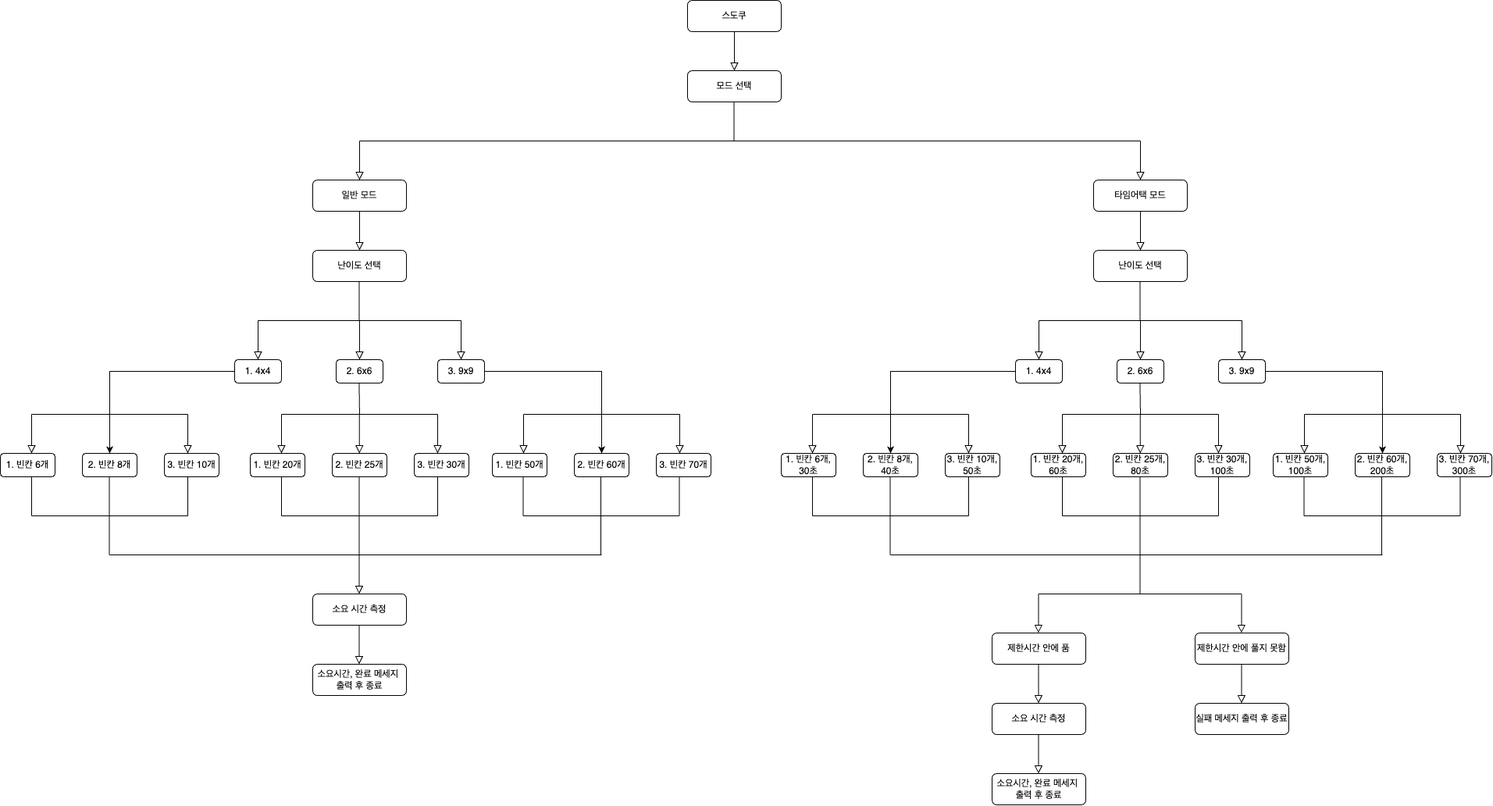
Earlier version of the draw.io export 스도쿠.png (minsung-phy/sudoku). Source tidied: cells renumbered, new cells last; positions are measured from the earlier drawing's top-left corner, leaving out a move shared by most shapes.
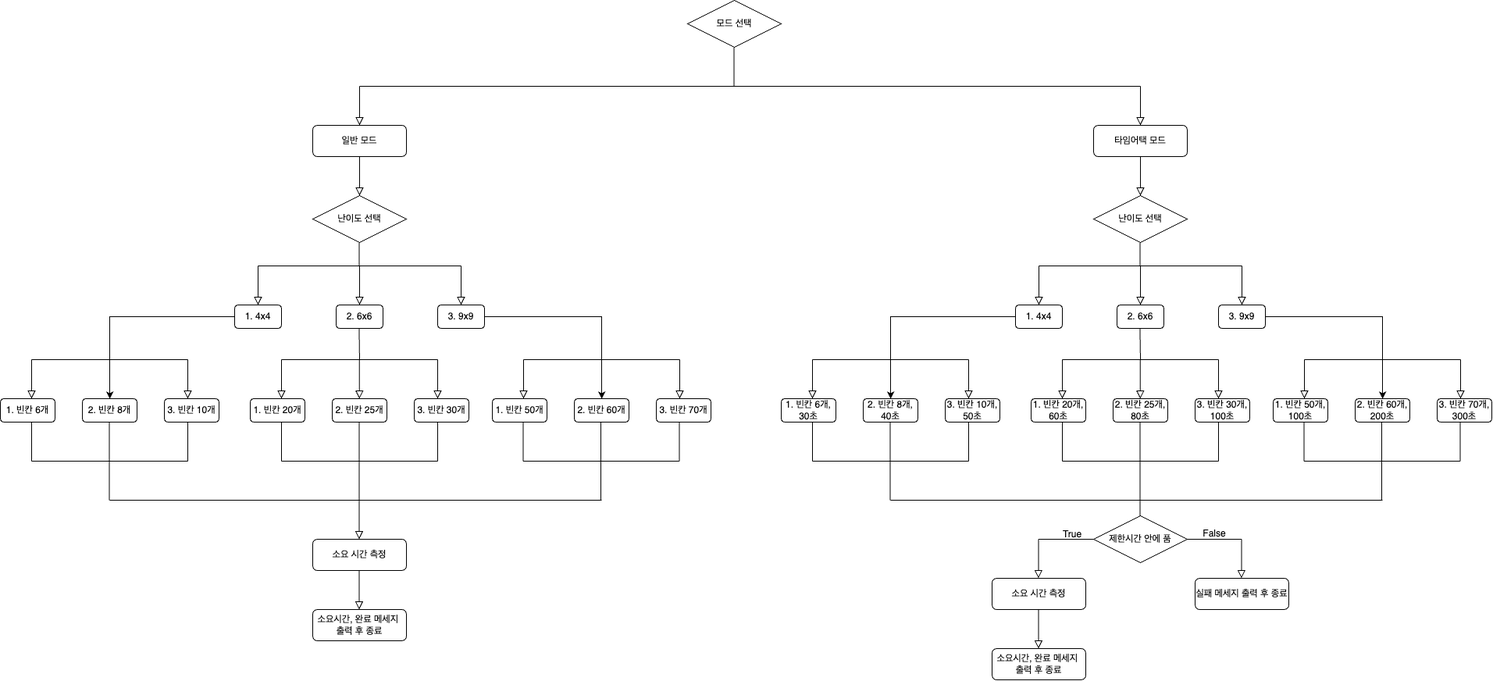
Later version of the same file.

What changed in the source:
```diff
@@ -2,17 +2,6 @@
   <root>
     <mxCell id="0" />
     <mxCell id="1" parent="0" />
-    <mxCell id="2" style="rounded=0;html=1;jettySize=auto;fontSize=11;endArrow=block;endFill=0;endSize=8;strokeWidth=1;shadow=0;labelBackgroundColor=none;edgeStyle=orthogonalEdgeStyle;" parent="1" edge="1" source="3">
-      <mxGeometry relative="1" as="geometry">
-        <mxPoint x="940" y="90" as="targetPoint" />
-      </mxGeometry>
-    </mxCell>
-    <mxCell id="3" value="스도쿠" style="rounded=1;whiteSpace=wrap;html=1;fontSize=12;glass=0;strokeWidth=1;shadow=0;" parent="1" vertex="1">
-      <mxGeometry x="880" width="120" height="40" as="geometry" />
-    </mxCell>
-    <mxCell id="4" value="모드 선택" style="rounded=1;whiteSpace=wrap;html=1;fontSize=12;glass=0;strokeWidth=1;shadow=0;" parent="1" vertex="1">
-      <mxGeometry x="880" y="90" width="120" height="40" as="geometry" />
-    </mxCell>
     <mxCell id="5" style="endArrow=none;html=1;rounded=0;" parent="1" edge="1">
       <mxGeometry relative="1" as="geometry">
         <mxPoint x="939.5" y="180" as="sourcePoint" />
@@ -49,9 +38,6 @@
         <mxPoint x="460" y="320" as="targetPoint" />
       </mxGeometry>
     </mxCell>
-    <mxCell id="12" value="난이도 선택" style="rounded=1;whiteSpace=wrap;html=1;fontSize=12;glass=0;strokeWidth=1;shadow=0;" parent="1" vertex="1">
-      <mxGeometry x="400" y="320" width="120" height="40" as="geometry" />
-    </mxCell>
     <mxCell id="13" style="endArrow=none;html=1;rounded=0;" parent="1" edge="1">
       <mxGeometry relative="1" as="geometry">
         <mxPoint x="459.5" y="410" as="sourcePoint" />
@@ -310,9 +296,6 @@
         <mxPoint x="1460" y="320" as="targetPoint" />
       </mxGeometry>
     </mxCell>
-    <mxCell id="64" value="난이도 선택" style="rounded=1;whiteSpace=wrap;html=1;fontSize=12;glass=0;strokeWidth=1;shadow=0;" parent="1" vertex="1">
-      <mxGeometry x="1400" y="320" width="120" height="40" as="geometry" />
-    </mxCell>
     <mxCell id="65" style="endArrow=none;html=1;rounded=0;" parent="1" edge="1">
       <mxGeometry relative="1" as="geometry">
         <mxPoint x="1459.5" y="410" as="sourcePoint" />
@@ -547,23 +530,17 @@
         <mxPoint x="1770" y="710" as="targetPoint" />
       </mxGeometry>
     </mxCell>
-    <mxCell id="111" style="rounded=0;html=1;jettySize=auto;orthogonalLoop=1;fontSize=11;endArrow=block;endFill=0;endSize=8;strokeWidth=1;shadow=0;labelBackgroundColor=none;edgeStyle=orthogonalEdgeStyle;" parent="1" edge="1">
-      <mxGeometry relative="1" as="geometry">
-        <mxPoint x="1329.5" y="850" as="sourcePoint" />
-        <mxPoint x="1329.5" y="900" as="targetPoint" />
-      </mxGeometry>
-    </mxCell>
     <mxCell id="112" value="소요 시간 측정" style="rounded=1;whiteSpace=wrap;html=1;fontSize=12;glass=0;strokeWidth=1;shadow=0;" parent="1" vertex="1">
-      <mxGeometry x="1270" y="900" width="120" height="40" as="geometry" />
+      <mxGeometry x="1270" y="810" width="120" height="40" as="geometry" />
     </mxCell>
     <mxCell id="113" style="rounded=0;html=1;jettySize=auto;orthogonalLoop=1;fontSize=11;endArrow=block;endFill=0;endSize=8;strokeWidth=1;shadow=0;labelBackgroundColor=none;edgeStyle=orthogonalEdgeStyle;" parent="1" edge="1">
       <mxGeometry relative="1" as="geometry">
-        <mxPoint x="1329.5" y="940" as="sourcePoint" />
-        <mxPoint x="1329.5" y="990" as="targetPoint" />
+        <mxPoint x="1329.5" y="850" as="sourcePoint" />
+        <mxPoint x="1329.5" y="900" as="targetPoint" />
       </mxGeometry>
     </mxCell>
     <mxCell id="114" value="소요시간, 완료 메세지&amp;nbsp; 출력 후 종료" style="rounded=1;whiteSpace=wrap;html=1;fontSize=12;glass=0;strokeWidth=1;shadow=0;" parent="1" vertex="1">
-      <mxGeometry x="1270" y="990" width="120" height="40" as="geometry" />
+      <mxGeometry x="1270" y="900" width="120" height="40" as="geometry" />
     </mxCell>
     <mxCell id="115" style="endArrow=none;html=1;rounded=0;" parent="1" edge="1">
       <mxGeometry relative="1" as="geometry">
@@ -577,32 +554,42 @@
         <mxPoint x="1329.4" y="810" as="targetPoint" />
       </mxGeometry>
     </mxCell>
-    <mxCell id="117" style="endArrow=none;html=1;rounded=0;" parent="1" edge="1">
+    <mxCell id="117" style="endArrow=none;html=1;rounded=0;" parent="1" edge="1" source="118">
       <mxGeometry relative="1" as="geometry">
-        <mxPoint x="1329.4" y="760" as="sourcePoint" />
         <mxPoint x="1589.4" y="760" as="targetPoint" />
       </mxGeometry>
     </mxCell>
+    <mxCell id="120" style="rounded=0;html=1;jettySize=auto;orthogonalLoop=1;fontSize=11;endArrow=block;endFill=0;endSize=8;strokeWidth=1;shadow=0;labelBackgroundColor=none;edgeStyle=orthogonalEdgeStyle;" parent="1" edge="1">
+      <mxGeometry relative="1" as="geometry">
+        <mxPoint x="1589.4" y="760" as="sourcePoint" />
+        <mxPoint x="1589.4" y="810" as="targetPoint" />
+      </mxGeometry>
+    </mxCell>
+    <mxCell id="122" value="실패 메세지 출력 후 종료" style="rounded=1;whiteSpace=wrap;html=1;fontSize=12;glass=0;strokeWidth=1;shadow=0;" parent="1" vertex="1">
+      <mxGeometry x="1530" y="810" width="120" height="40" as="geometry" />
+    </mxCell>
+    <mxCell id="4" value="모드 선택" style="rhombus;whiteSpace=wrap;html=1;" parent="1" vertex="1">
+      <mxGeometry x="880" y="70" width="120" height="60" as="geometry" />
+    </mxCell>
+    <mxCell id="123" value="난이도 선택" style="rhombus;whiteSpace=wrap;html=1;" parent="1" vertex="1">
+      <mxGeometry x="400" y="320" width="120" height="60" as="geometry" />
+    </mxCell>
+    <mxCell id="124" value="난이도 선택" style="rhombus;whiteSpace=wrap;html=1;" parent="1" vertex="1">
+      <mxGeometry x="1400" y="320" width="120" height="60" as="geometry" />
+    </mxCell>
+    <mxCell id="125" style="endArrow=none;html=1;rounded=0;" parent="1" edge="1" target="118">
+      <mxGeometry relative="1" as="geometry">
+        <mxPoint x="1329.4" y="760" as="sourcePoint" />
+      </mxGeometry>
+    </mxCell>
-    <mxCell id="118" value="제한시간 안에 품" style="rounded=1;whiteSpace=wrap;html=1;fontSize=12;glass=0;strokeWidth=1;shadow=0;" parent="1" vertex="1">
-      <mxGeometry x="1270" y="810" width="120" height="40" as="geometry" />
+    <mxCell id="118" value="제한시간 안에 품" style="rhombus;whiteSpace=wrap;html=1;" parent="1" vertex="1">
+      <mxGeometry x="1400" y="730" width="120" height="60" as="geometry" />
     </mxCell>
-    <mxCell id="119" value="제한시간 안에 풀지 못함" style="rounded=1;whiteSpace=wrap;html=1;fontSize=12;glass=0;strokeWidth=1;shadow=0;" parent="1" vertex="1">
-      <mxGeometry x="1530" y="810" width="120" height="40" as="geometry" />
-    </mxCell>
-    <mxCell id="120" style="rounded=0;html=1;jettySize=auto;orthogonalLoop=1;fontSize=11;endArrow=block;endFill=0;endSize=8;strokeWidth=1;shadow=0;labelBackgroundColor=none;edgeStyle=orthogonalEdgeStyle;" parent="1" edge="1">
-      <mxGeometry relative="1" as="geometry">
-        <mxPoint x="1589.4" y="760" as="sourcePoint" />
-        <mxPoint x="1589.4" y="810" as="targetPoint" />
-      </mxGeometry>
-    </mxCell>
-    <mxCell id="121" style="rounded=0;html=1;jettySize=auto;orthogonalLoop=1;fontSize=11;endArrow=block;endFill=0;endSize=8;strokeWidth=1;shadow=0;labelBackgroundColor=none;edgeStyle=orthogonalEdgeStyle;" parent="1" edge="1">
-      <mxGeometry relative="1" as="geometry">
-        <mxPoint x="1589.5" y="850" as="sourcePoint" />
-        <mxPoint x="1589.5" y="900" as="targetPoint" />
-      </mxGeometry>
-    </mxCell>
-    <mxCell id="122" value="실패 메세지 출력 후 종료" style="rounded=1;whiteSpace=wrap;html=1;fontSize=12;glass=0;strokeWidth=1;shadow=0;" parent="1" vertex="1">
-      <mxGeometry x="1530" y="900" width="120" height="40" as="geometry" />
-    </mxCell>
+    <mxCell id="126" value="True" style="text;html=1;strokeColor=none;fillColor=none;align=center;verticalAlign=middle;whiteSpace=wrap;rounded=0;" parent="1" vertex="1">
+      <mxGeometry x="1348" y="744" width="50" height="20" as="geometry" />
+    </mxCell>
+    <mxCell id="127" value="False" style="text;html=1;strokeColor=none;fillColor=none;align=center;verticalAlign=middle;whiteSpace=wrap;rounded=0;" parent="1" vertex="1">
+      <mxGeometry x="1530" y="743" width="50" height="20" as="geometry" />
+    </mxCell>
   </root>
 </mxGraphModel>
```
